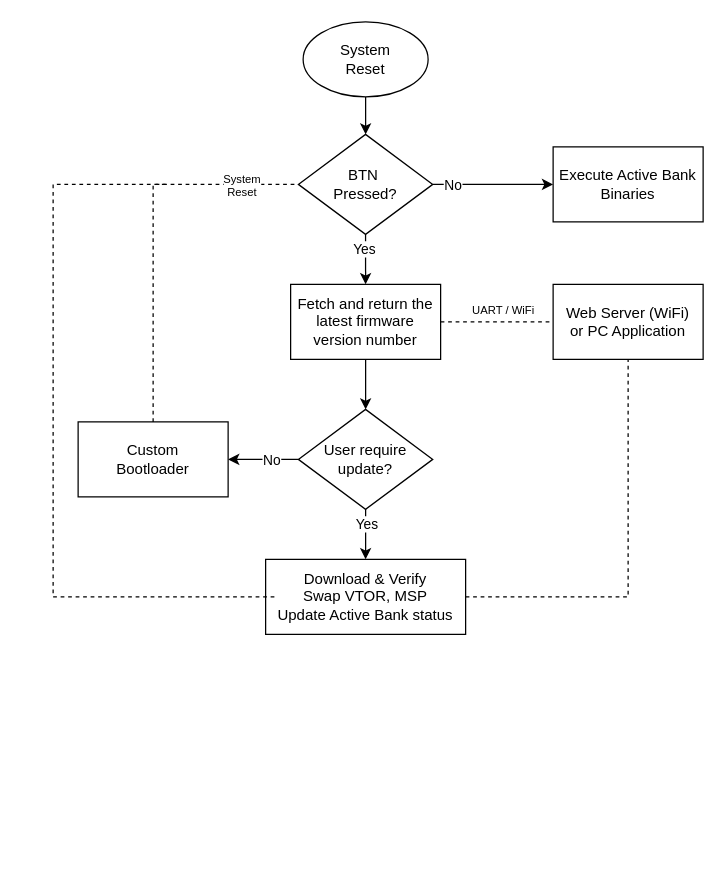
SwaroopKaimal/STM32_FirmwareUpdate keeps this draw.io diagram as Resources/FirmwareUpdate.drawio. Above is the earlier version. Source tidied: cells renumbered, new cells numbered last; positions are measured from the earlier drawing's top-left corner, leaving out a move shared by most shapes. Both pictures are drawn from the tidied source at 125%, with x=0, y=0 at pixel (52, 21).
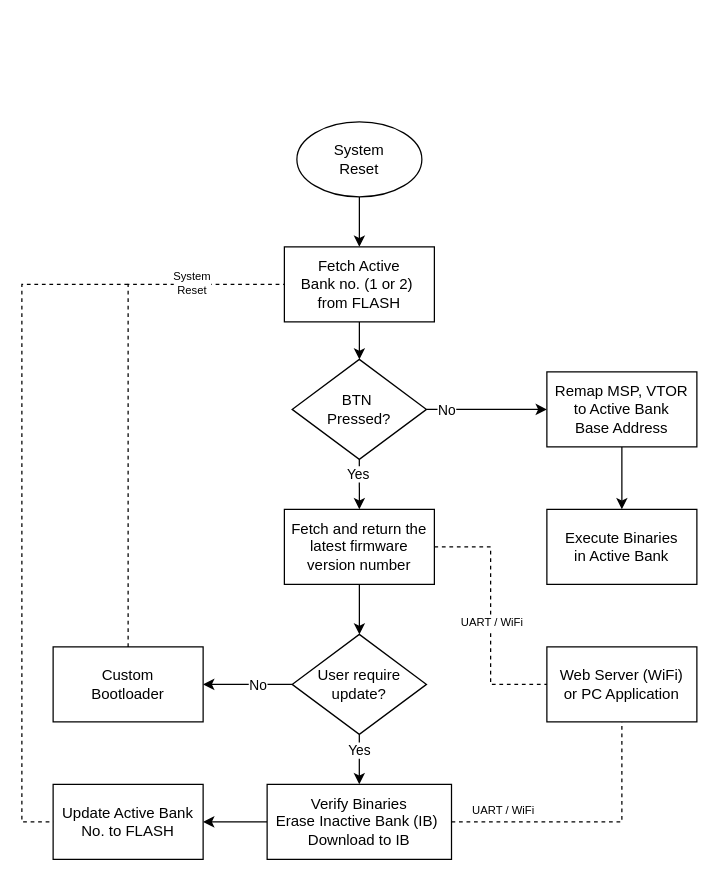
Above is the later version.

What changed in the source:
```diff
@@
-    <mxCell id="2" style="edgeStyle=orthogonalEdgeStyle;rounded=0;jettySize=auto;html=1;" parent="1" edge="1" source="3" target="6">
-      <mxGeometry relative="1" as="geometry" />
-    </mxCell>
+    <mxCell id="27" style="edgeStyle=orthogonalEdgeStyle;rounded=0;jettySize=auto;html=1;" parent="1" edge="1" source="3" target="31">
+      <mxGeometry relative="1" as="geometry" />
+    </mxCell>
     <mxCell id="3" value="&lt;div&gt;System&lt;/div&gt;Reset" style="ellipse;whiteSpace=wrap;html=1;" parent="1" vertex="1">
-      <mxGeometry x="200" width="100" height="60" as="geometry" />
+      <mxGeometry x="195" y="80" width="100" height="60" as="geometry" />
     </mxCell>
@@
     <mxCell id="6" value="BTN&amp;nbsp;&lt;div&gt;Pressed?&lt;/div&gt;" style="rhombus;whiteSpace=wrap;html=1;" parent="1" vertex="1">
-      <mxGeometry x="196.2" y="90" width="107.5" height="80" as="geometry" />
+      <mxGeometry x="191.2" y="270" width="107.5" height="80" as="geometry" />
     </mxCell>
@@
     <mxCell id="8" value="Fetch and return the latest firmware version number" style="rounded=0;whiteSpace=wrap;html=1;" parent="1" vertex="1">
-      <mxGeometry x="190" y="210" width="120" height="60" as="geometry" />
+      <mxGeometry x="185" y="390" width="120" height="60" as="geometry" />
     </mxCell>
@@
     <mxCell id="13" value="User require update?" style="rhombus;whiteSpace=wrap;html=1;" parent="1" vertex="1">
-      <mxGeometry x="196.2" y="310" width="107.5" height="80" as="geometry" />
+      <mxGeometry x="191.2" y="490" width="107.5" height="80" as="geometry" />
     </mxCell>
+    <mxCell id="28" style="edgeStyle=orthogonalEdgeStyle;rounded=0;jettySize=auto;html=1;" parent="1" edge="1" source="14" target="32">
+      <mxGeometry relative="1" as="geometry" />
+    </mxCell>
-    <mxCell id="14" value="Download &amp;amp; Verify&lt;div&gt;Swap VTOR, MSP&lt;/div&gt;&lt;div&gt;Update Active Bank status&lt;/div&gt;" style="rounded=0;whiteSpace=wrap;html=1;" parent="1" vertex="1">
-      <mxGeometry x="170" y="430" width="160" height="60" as="geometry" />
+    <mxCell id="14" value="Verify Binaries&lt;div&gt;Erase Inactive Bank (IB)&amp;nbsp;&lt;div&gt;Download to IB&lt;/div&gt;&lt;/div&gt;" style="rounded=0;whiteSpace=wrap;html=1;" parent="1" vertex="1">
+      <mxGeometry x="171.2" y="610" width="147.5" height="60" as="geometry" />
     </mxCell>
+    <mxCell id="29" style="edgeStyle=orthogonalEdgeStyle;rounded=0;jettySize=auto;html=1;" parent="1" edge="1" source="15" target="34">
+      <mxGeometry relative="1" as="geometry" />
+    </mxCell>
-    <mxCell id="15" value="Execute Active Bank Binaries" style="rounded=0;whiteSpace=wrap;html=1;" parent="1" vertex="1">
-      <mxGeometry x="400" y="100" width="120" height="60" as="geometry" />
+    <mxCell id="15" value="Remap MSP, VTOR&lt;div&gt;to Active Bank&lt;/div&gt;&lt;div&gt;Base Address&lt;/div&gt;" style="rounded=0;whiteSpace=wrap;html=1;" parent="1" vertex="1">
+      <mxGeometry x="395" y="280" width="120" height="60" as="geometry" />
     </mxCell>
     <mxCell id="16" value="&lt;div&gt;Custom&lt;/div&gt;&lt;div&gt;Bootloader&lt;/div&gt;" style="rounded=0;whiteSpace=wrap;html=1;" parent="1" vertex="1">
-      <mxGeometry x="20" y="320" width="120" height="60" as="geometry" />
+      <mxGeometry y="500" width="120" height="60" as="geometry" />
     </mxCell>
@@
     <mxCell id="20" value="Web Server (WiFi)&lt;div&gt;or PC Application&lt;/div&gt;" style="rounded=0;whiteSpace=wrap;html=1;" parent="1" vertex="1">
-      <mxGeometry x="400" y="210" width="120" height="60" as="geometry" />
+      <mxGeometry x="395" y="500" width="120" height="60" as="geometry" />
     </mxCell>
-    <mxCell id="21" style="endArrow=none;dashed=1;html=1;rounded=0;exitX=0.5;exitY=0;exitDx=0;exitDy=0;" parent="1" edge="1" source="16">
+    <mxCell id="21" style="endArrow=none;dashed=1;html=1;rounded=0;exitX=0.5;exitY=0;exitDx=0;exitDy=0;entryX=0;entryY=0.5;entryDx=0;entryDy=0;" parent="1" edge="1" source="16" target="31">
       <mxGeometry relative="1" as="geometry">
-        <mxPoint x="196" y="130" as="targetPoint" />
         <Array as="points">
-          <mxPoint x="80" y="130" />
+          <mxPoint x="60" y="210" />
         </Array>
       </mxGeometry>
     </mxCell>
     <mxCell id="22" value="System&lt;div&gt;Reset&lt;/div&gt;" style="edgeLabel;html=1;align=center;verticalAlign=middle;fontSize=9;" parent="21" vertex="1">
       <mxGeometry x="-0.26" y="-3" relative="1" as="geometry">
-        <mxPoint x="67" y="-77" as="offset" />
+        <mxPoint x="47" y="-138" as="offset" />
       </mxGeometry>
     </mxCell>
     <mxCell id="23" style="endArrow=none;dashed=1;html=1;rounded=0;entryX=0;entryY=0.5;entryDx=0;entryDy=0;exitX=1;exitY=0.5;exitDx=0;exitDy=0;" parent="1" edge="1" source="8" target="20">
-      <mxGeometry relative="1" as="geometry" />
+      <mxGeometry relative="1" as="geometry">
+        <Array as="points">
+          <mxPoint x="350" y="420" />
+          <mxPoint x="350" y="530" />
+        </Array>
+      </mxGeometry>
     </mxCell>
     <mxCell id="24" value="UART / WiFi" style="edgeLabel;html=1;align=center;verticalAlign=middle;fontSize=9;" parent="23" vertex="1">
       <mxGeometry x="-0.15" relative="1" as="geometry">
-        <mxPoint x="11" y="-10" as="offset" />
+        <mxPoint y="20" as="offset" />
       </mxGeometry>
     </mxCell>
     <mxCell id="25" style="endArrow=none;dashed=1;html=1;rounded=0;" parent="1" edge="1">
       <mxGeometry relative="1" as="geometry">
-        <mxPoint x="90" y="130" as="sourcePoint" />
-        <mxPoint x="180" y="460" as="targetPoint" />
+        <mxPoint x="60" y="210" as="sourcePoint" />
+        <mxPoint x="10" y="640" as="targetPoint" />
         <Array as="points">
-          <mxPoint y="130" />
-          <mxPoint y="460" />
+          <mxPoint x="20" y="210" />
+          <mxPoint x="-25" y="210" />
+          <mxPoint x="-25" y="640" />
         </Array>
       </mxGeometry>
     </mxCell>
     <mxCell id="26" style="endArrow=none;dashed=1;html=1;rounded=0;entryX=0.5;entryY=1;entryDx=0;entryDy=0;exitX=1;exitY=0.5;exitDx=0;exitDy=0;" parent="1" edge="1" source="14" target="20">
       <mxGeometry relative="1" as="geometry">
         <Array as="points">
-          <mxPoint x="460" y="460" />
+          <mxPoint x="455" y="640" />
         </Array>
       </mxGeometry>
     </mxCell>
+    <mxCell id="30" style="edgeStyle=orthogonalEdgeStyle;rounded=0;jettySize=auto;html=1;" parent="1" edge="1" source="31" target="6">
+      <mxGeometry relative="1" as="geometry" />
+    </mxCell>
+    <mxCell id="31" value="Fetch Active&lt;div&gt;Bank no. (1 or 2)&amp;nbsp;&lt;/div&gt;&lt;div&gt;from FLASH&lt;/div&gt;" style="rounded=0;whiteSpace=wrap;html=1;" parent="1" vertex="1">
+      <mxGeometry x="185" y="180" width="120" height="60" as="geometry" />
+    </mxCell>
+    <mxCell id="32" value="Update Active Bank&lt;div&gt;No. to FLASH&lt;/div&gt;" style="rounded=0;whiteSpace=wrap;html=1;" parent="1" vertex="1">
+      <mxGeometry y="610" width="120" height="60" as="geometry" />
+    </mxCell>
+    <mxCell id="33" value="UART / WiFi" style="edgeLabel;html=1;align=center;verticalAlign=middle;fontSize=9;" parent="1" vertex="1">
+      <mxGeometry x="280" y="500" as="geometry">
+        <mxPoint x="79" y="130" as="offset" />
+      </mxGeometry>
+    </mxCell>
+    <mxCell id="34" value="Execute Binaries&lt;div&gt;in Active Bank&lt;/div&gt;" style="rounded=0;whiteSpace=wrap;html=1;" parent="1" vertex="1">
+      <mxGeometry x="395" y="390" width="120" height="60" as="geometry" />
+    </mxCell>
```
